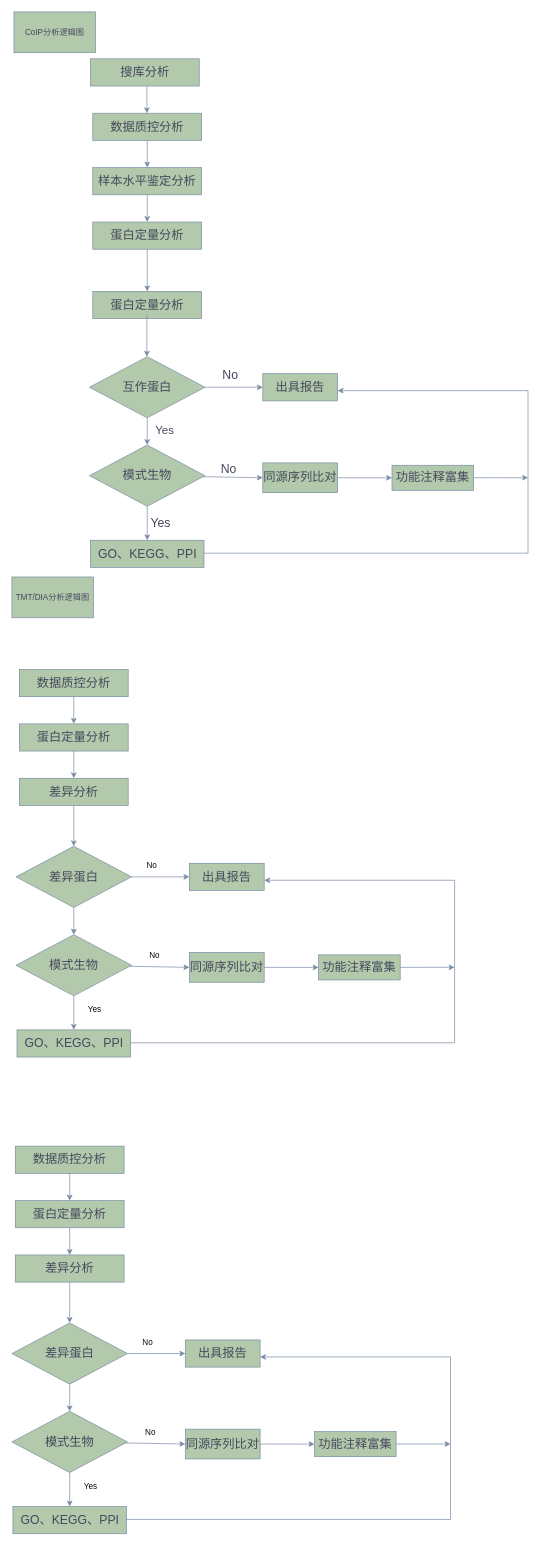
This is TMT-生信流程.drawio from hanwenjuan/test, a draw.io file, before an edit. Source tidied: cells renumbered, new cells numbered last; positions are measured from the earlier drawing's top-left corner, leaving out a move shared by most shapes. Both pictures are drawn from the tidied source at 68%, with x=0, y=0 at pixel (12, 12).
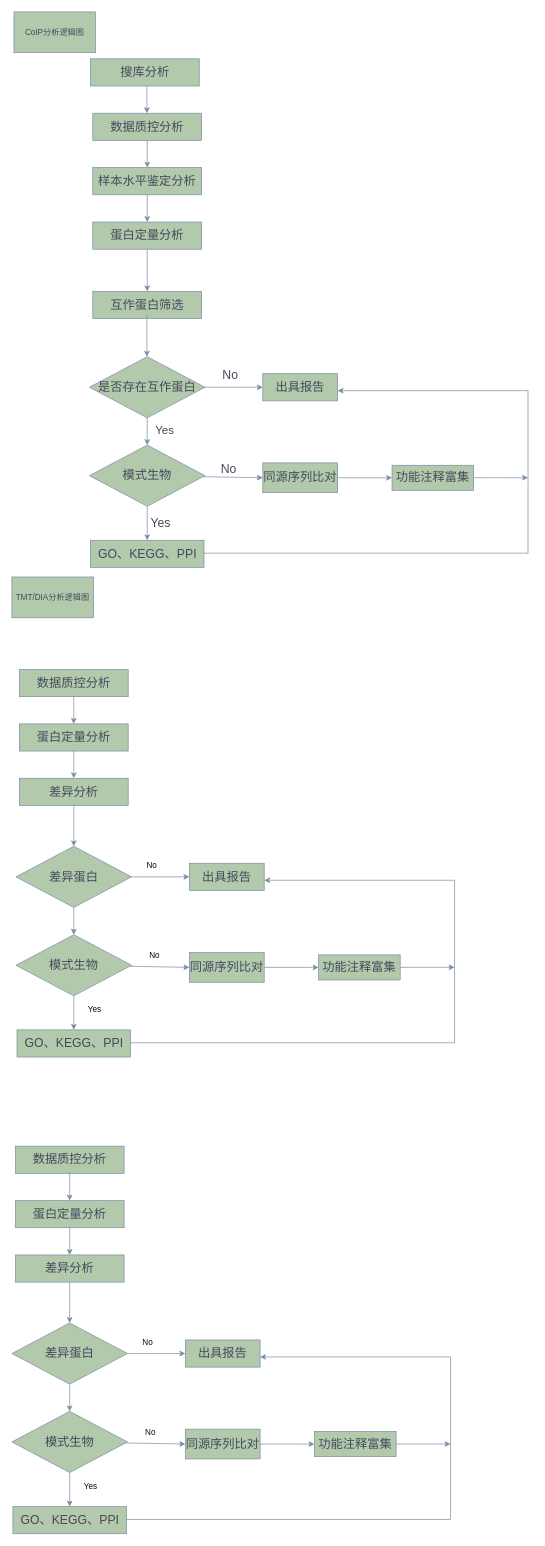
After the change.

Commit message (it also covers changes not shown here):
更新TMT-生信流程.drawio

What changed in the source:
```diff
@@
-    <mxCell id="10" value="互作蛋白" style="rhombus;whiteSpace=wrap;html=1;fontSize=18;labelBackgroundColor=none;fillColor=#B2C9AB;strokeColor=#788AA3;fontColor=#46495D;" parent="1" vertex="1">
+    <mxCell id="10" value="是否存在互作蛋白" style="rhombus;whiteSpace=wrap;html=1;fontSize=18;labelBackgroundColor=none;fillColor=#B2C9AB;strokeColor=#788AA3;fontColor=#46495D;" parent="1" vertex="1">
       <mxGeometry x="114" y="507" width="170" height="90" as="geometry" />
     </mxCell>
@@
-    <mxCell id="73" value="蛋白定量分析" style="whiteSpace=wrap;html=1;fontSize=18;labelBackgroundColor=none;fillColor=#B2C9AB;strokeColor=#788AA3;fontColor=#46495D;" parent="1" vertex="1">
+    <mxCell id="73" value="互作蛋白筛选" style="whiteSpace=wrap;html=1;fontSize=18;labelBackgroundColor=none;fillColor=#B2C9AB;strokeColor=#788AA3;fontColor=#46495D;" parent="1" vertex="1">
       <mxGeometry x="119" y="411" width="160" height="40" as="geometry" />
     </mxCell>
```
